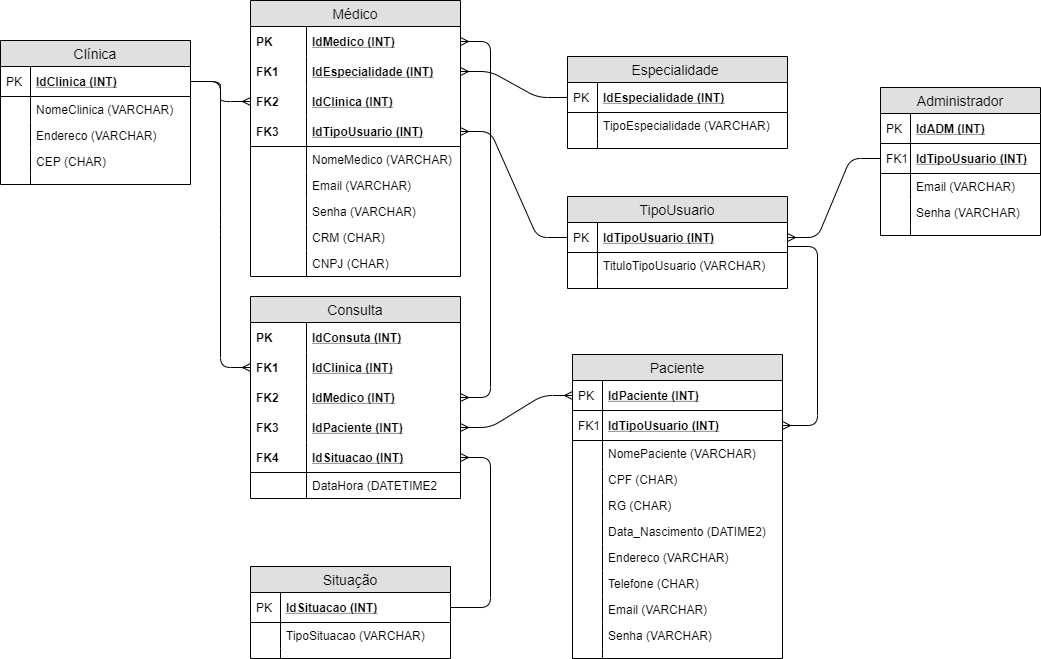
Earlier version of the draw.io export Modelagem/SPMed-Lógico.png (Matheus-Nasci/SENAI_SPMedGroup_Sprint1-BD-Tarde-MatheusNascimento). Source tidied: cells renumbered, new cells last; positions are measured from the earlier drawing's top-left corner, leaving out a move shared by most shapes.
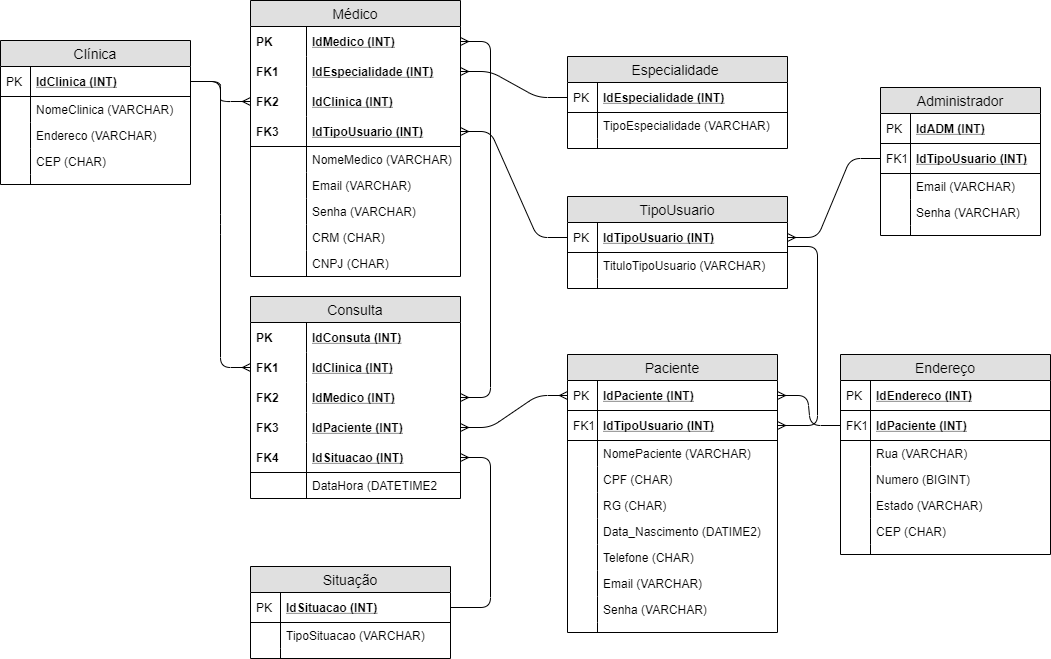
The same diagram one commit later.

What changed in the source:
```diff
@@ -57,7 +57,7 @@
       <mxGeometry width="30" height="10" as="geometry" />
     </mxCell>
     <mxCell id="20" value="Paciente" style="swimlane;fontStyle=0;horizontal=1;startSize=26;fillColor=#e0e0e0;swimlaneFillColor=#ffffff;align=center;fontSize=14;" parent="1" vertex="1">
-      <mxGeometry x="572" y="354" width="210" height="304" as="geometry" />
+      <mxGeometry x="567" y="354" width="210" height="278" as="geometry" />
     </mxCell>
     <mxCell id="21" value="IdPaciente (INT)" style="shape=partialRectangle;top=0;left=0;right=0;bottom=1;align=left;verticalAlign=middle;fillColor=none;spacingLeft=34;spacingRight=4;overflow=hidden;points=[[0,0.5],[1,0.5]];portConstraint=eastwest;fontStyle=5;fontSize=12;" parent="20" vertex="1">
       <mxGeometry y="26" width="210" height="30" as="geometry" />
@@ -95,32 +95,26 @@
     <mxCell id="32" style="shape=partialRectangle;top=0;left=0;bottom=0;fillColor=none;align=left;verticalAlign=top;spacingLeft=4;spacingRight=4;overflow=hidden;fontSize=12;" parent="31" vertex="1">
       <mxGeometry width="30" height="26" as="geometry" />
     </mxCell>
-    <mxCell id="33" value="Endereco (VARCHAR)" style="shape=partialRectangle;top=0;left=0;right=0;bottom=0;align=left;verticalAlign=top;fillColor=none;spacingLeft=34;spacingRight=4;overflow=hidden;fontSize=12;" parent="20" vertex="1">
-      <mxGeometry y="190" width="210" height="26" as="geometry" />
-    </mxCell>
-    <mxCell id="34" style="shape=partialRectangle;top=0;left=0;bottom=0;fillColor=none;align=left;verticalAlign=top;spacingLeft=4;spacingRight=4;overflow=hidden;fontSize=12;" parent="33" vertex="1">
-      <mxGeometry width="30" height="26" as="geometry" />
-    </mxCell>
     <mxCell id="35" value="Telefone (CHAR)" style="shape=partialRectangle;top=0;left=0;right=0;bottom=0;align=left;verticalAlign=top;fillColor=none;spacingLeft=34;spacingRight=4;overflow=hidden;fontSize=12;" parent="20" vertex="1">
-      <mxGeometry y="216" width="210" height="26" as="geometry" />
+      <mxGeometry y="190" width="210" height="26" as="geometry" />
     </mxCell>
     <mxCell id="36" style="shape=partialRectangle;top=0;left=0;bottom=0;fillColor=none;align=left;verticalAlign=top;spacingLeft=4;spacingRight=4;overflow=hidden;fontSize=12;" parent="35" vertex="1">
       <mxGeometry width="30" height="26" as="geometry" />
     </mxCell>
     <mxCell id="37" value="Email (VARCHAR)" style="shape=partialRectangle;top=0;left=0;right=0;bottom=0;align=left;verticalAlign=top;fillColor=none;spacingLeft=34;spacingRight=4;overflow=hidden;fontSize=12;" parent="20" vertex="1">
-      <mxGeometry y="242" width="210" height="26" as="geometry" />
+      <mxGeometry y="216" width="210" height="26" as="geometry" />
     </mxCell>
     <mxCell id="38" style="shape=partialRectangle;top=0;left=0;bottom=0;fillColor=none;align=left;verticalAlign=top;spacingLeft=4;spacingRight=4;overflow=hidden;fontSize=12;" parent="37" vertex="1">
       <mxGeometry width="30" height="26" as="geometry" />
     </mxCell>
     <mxCell id="39" value="Senha (VARCHAR)" style="shape=partialRectangle;top=0;left=0;right=0;bottom=0;align=left;verticalAlign=top;fillColor=none;spacingLeft=34;spacingRight=4;overflow=hidden;fontSize=12;" parent="20" vertex="1">
-      <mxGeometry y="268" width="210" height="26" as="geometry" />
+      <mxGeometry y="242" width="210" height="26" as="geometry" />
     </mxCell>
     <mxCell id="40" style="shape=partialRectangle;top=0;left=0;bottom=0;fillColor=none;align=left;verticalAlign=top;spacingLeft=4;spacingRight=4;overflow=hidden;fontSize=12;" parent="39" vertex="1">
       <mxGeometry width="30" height="26" as="geometry" />
     </mxCell>
     <mxCell id="41" style="shape=partialRectangle;top=0;left=0;right=0;bottom=0;align=left;verticalAlign=top;fillColor=none;spacingLeft=34;spacingRight=4;overflow=hidden;fontSize=12;" parent="20" vertex="1">
-      <mxGeometry y="294" width="210" height="10" as="geometry" />
+      <mxGeometry y="268" width="210" height="10" as="geometry" />
     </mxCell>
     <mxCell id="42" style="shape=partialRectangle;top=0;left=0;bottom=0;fillColor=none;align=left;verticalAlign=top;spacingLeft=4;spacingRight=4;overflow=hidden;fontSize=12;" parent="41" vertex="1">
       <mxGeometry width="30" height="10" as="geometry" />
@@ -325,5 +319,53 @@
     <mxCell id="108" style="edgeStyle=entityRelationEdgeStyle;fontSize=12;html=1;endArrow=ERmany;" parent="1" edge="1" source="100" target="14">
       <mxGeometry relative="1" as="geometry" />
     </mxCell>
+    <mxCell id="109" value="Endereço" style="swimlane;fontStyle=0;horizontal=1;startSize=26;fillColor=#e0e0e0;swimlaneFillColor=#ffffff;align=center;fontSize=14;" parent="1" vertex="1">
+      <mxGeometry x="840" y="354" width="210" height="200" as="geometry" />
+    </mxCell>
+    <mxCell id="110" value="IdEndereco (INT)" style="shape=partialRectangle;top=0;left=0;right=0;bottom=1;align=left;verticalAlign=middle;fillColor=none;spacingLeft=34;spacingRight=4;overflow=hidden;fontStyle=5;fontSize=12;" parent="109" vertex="1">
+      <mxGeometry y="26" width="210" height="30" as="geometry" />
+    </mxCell>
+    <mxCell id="111" value="PK" style="shape=partialRectangle;top=0;left=0;bottom=0;fillColor=none;align=left;verticalAlign=middle;spacingLeft=4;spacingRight=4;overflow=hidden;fontSize=12;" parent="110" vertex="1">
+      <mxGeometry width="30" height="30" as="geometry" />
+    </mxCell>
+    <mxCell id="112" value="IdPaciente (INT)" style="shape=partialRectangle;top=0;left=0;right=0;bottom=1;align=left;verticalAlign=middle;fillColor=none;spacingLeft=34;spacingRight=4;overflow=hidden;points=[[0,0.5],[1,0.5]];portConstraint=eastwest;fontStyle=5;fontSize=12;" parent="109" vertex="1">
+      <mxGeometry y="56" width="210" height="30" as="geometry" />
+    </mxCell>
+    <mxCell id="113" value="FK1" style="shape=partialRectangle;top=0;left=0;bottom=0;fillColor=none;align=left;verticalAlign=middle;spacingLeft=4;spacingRight=4;overflow=hidden;fontSize=12;" parent="112" vertex="1">
+      <mxGeometry width="30" height="30" as="geometry" />
+    </mxCell>
+    <mxCell id="114" value="Rua (VARCHAR)" style="shape=partialRectangle;top=0;left=0;right=0;bottom=0;align=left;verticalAlign=top;fillColor=none;spacingLeft=34;spacingRight=4;overflow=hidden;fontSize=12;" parent="109" vertex="1">
+      <mxGeometry y="86" width="210" height="26" as="geometry" />
+    </mxCell>
+    <mxCell id="115" style="shape=partialRectangle;top=0;left=0;bottom=0;fillColor=none;align=left;verticalAlign=top;spacingLeft=4;spacingRight=4;overflow=hidden;fontSize=12;" parent="114" vertex="1">
+      <mxGeometry width="30" height="26" as="geometry" />
+    </mxCell>
+    <mxCell id="116" value="Numero (BIGINT)" style="shape=partialRectangle;top=0;left=0;right=0;bottom=0;align=left;verticalAlign=top;fillColor=none;spacingLeft=34;spacingRight=4;overflow=hidden;fontSize=12;" parent="109" vertex="1">
+      <mxGeometry y="112" width="210" height="26" as="geometry" />
+    </mxCell>
+    <mxCell id="117" style="shape=partialRectangle;top=0;left=0;bottom=0;fillColor=none;align=left;verticalAlign=top;spacingLeft=4;spacingRight=4;overflow=hidden;fontSize=12;" parent="116" vertex="1">
+      <mxGeometry width="30" height="26" as="geometry" />
+    </mxCell>
+    <mxCell id="118" value="Estado (VARCHAR)" style="shape=partialRectangle;top=0;left=0;right=0;bottom=0;align=left;verticalAlign=top;fillColor=none;spacingLeft=34;spacingRight=4;overflow=hidden;fontSize=12;" parent="109" vertex="1">
+      <mxGeometry y="138" width="210" height="26" as="geometry" />
+    </mxCell>
+    <mxCell id="119" style="shape=partialRectangle;top=0;left=0;bottom=0;fillColor=none;align=left;verticalAlign=top;spacingLeft=4;spacingRight=4;overflow=hidden;fontSize=12;" parent="118" vertex="1">
+      <mxGeometry width="30" height="26" as="geometry" />
+    </mxCell>
+    <mxCell id="120" value="CEP (CHAR)" style="shape=partialRectangle;top=0;left=0;right=0;bottom=0;align=left;verticalAlign=top;fillColor=none;spacingLeft=34;spacingRight=4;overflow=hidden;fontSize=12;" parent="109" vertex="1">
+      <mxGeometry y="164" width="210" height="26" as="geometry" />
+    </mxCell>
+    <mxCell id="121" style="shape=partialRectangle;top=0;left=0;bottom=0;fillColor=none;align=left;verticalAlign=top;spacingLeft=4;spacingRight=4;overflow=hidden;fontSize=12;" parent="120" vertex="1">
+      <mxGeometry width="30" height="26" as="geometry" />
+    </mxCell>
+    <mxCell id="122" style="shape=partialRectangle;top=0;left=0;right=0;bottom=0;align=left;verticalAlign=top;fillColor=none;spacingLeft=34;spacingRight=4;overflow=hidden;fontSize=12;" parent="109" vertex="1">
+      <mxGeometry y="190" width="210" height="10" as="geometry" />
+    </mxCell>
+    <mxCell id="123" style="shape=partialRectangle;top=0;left=0;bottom=0;fillColor=none;align=left;verticalAlign=top;spacingLeft=4;spacingRight=4;overflow=hidden;fontSize=12;" parent="122" vertex="1">
+      <mxGeometry width="30" height="10" as="geometry" />
+    </mxCell>
+    <mxCell id="124" style="edgeStyle=entityRelationEdgeStyle;fontSize=12;html=1;endArrow=ERmany;" parent="1" edge="1" source="112" target="21">
+      <mxGeometry relative="1" as="geometry" />
+    </mxCell>
   </root>
 </mxGraphModel>
```
